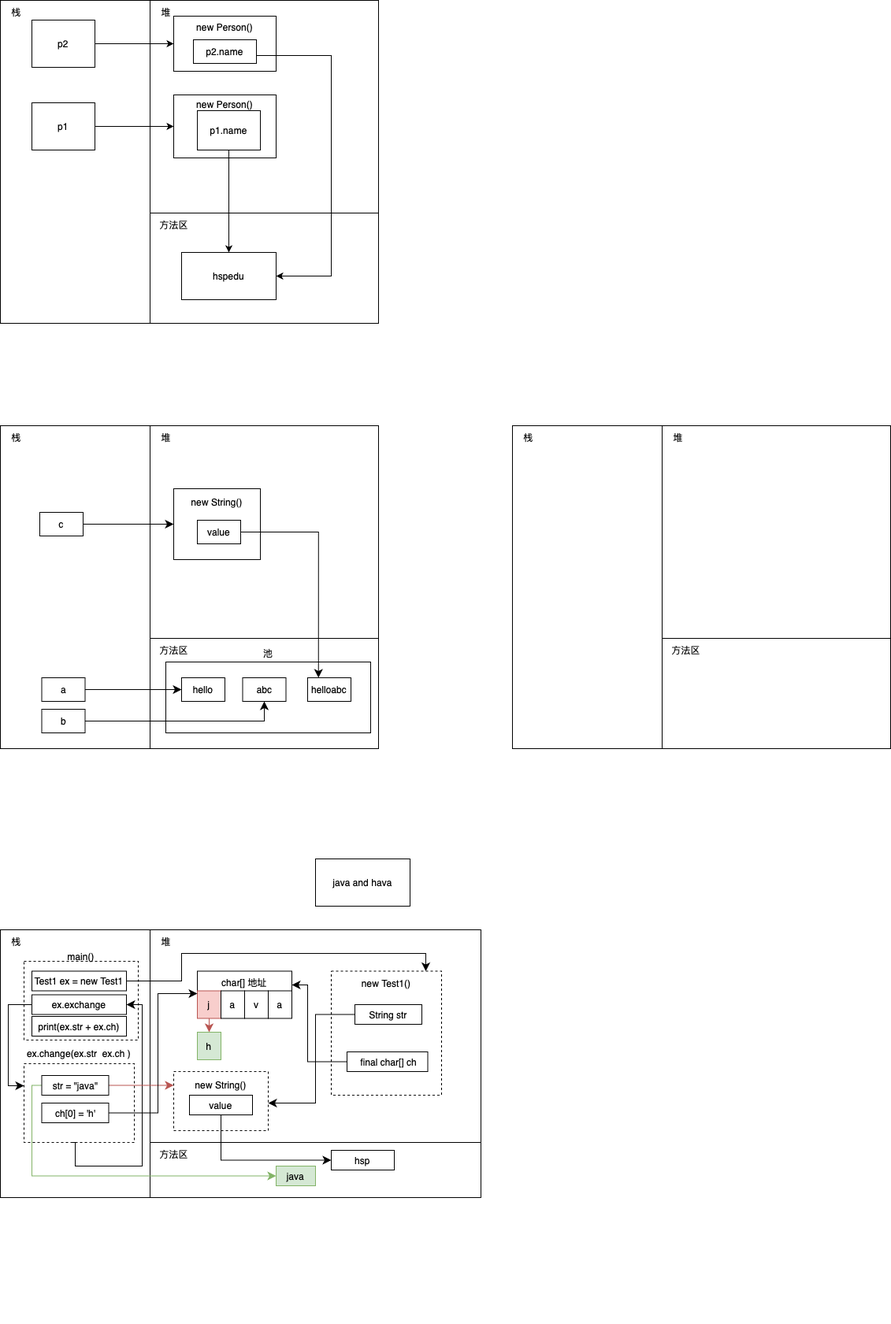
Before: drawio/White.png, a diagram exported from draw.io (Stolorzs/Picgo). Source tidied: cells renumbered, new cells last; positions are measured from the earlier drawing's top-left corner, leaving out a move shared by most shapes.
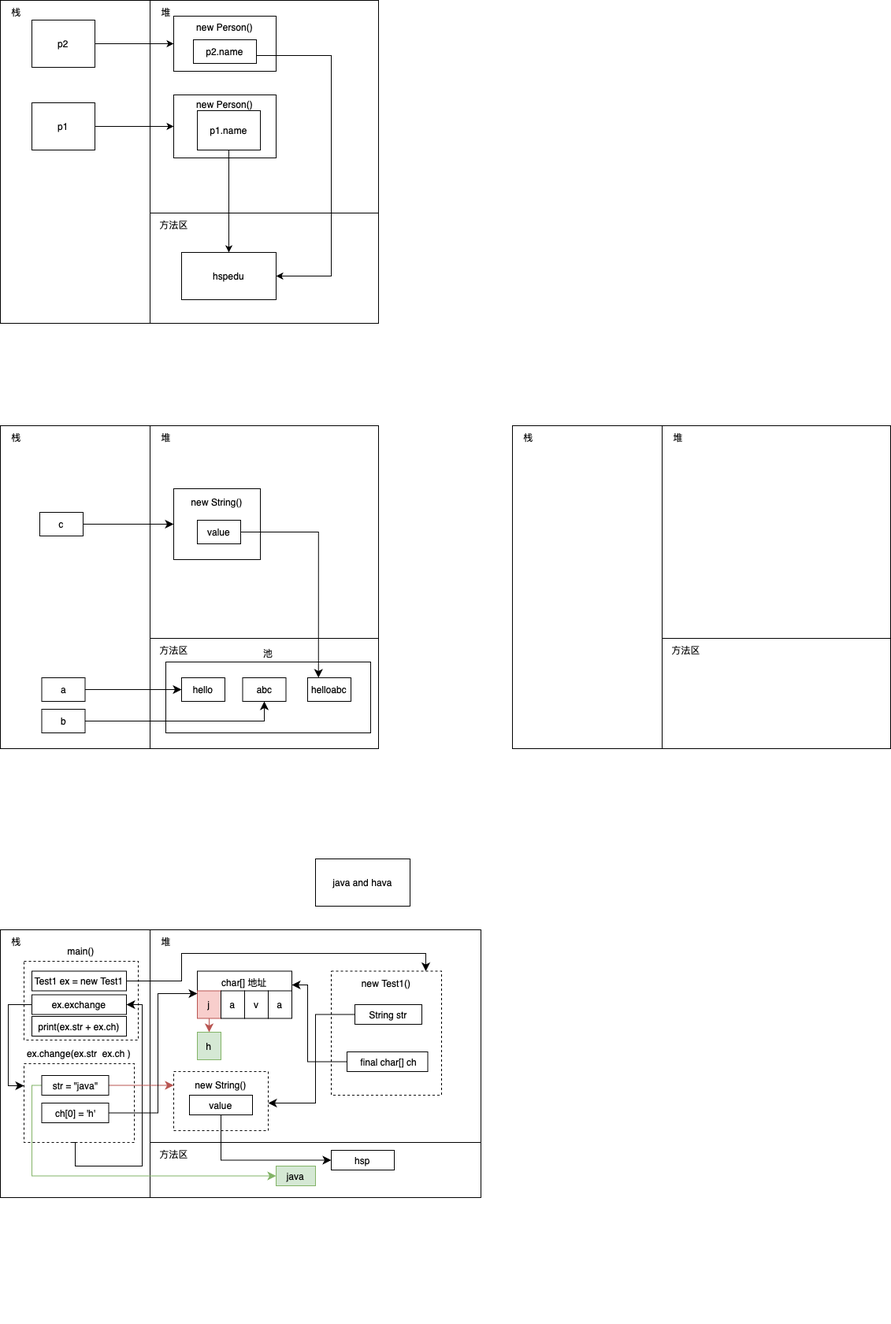
The same file after the commit.

The edit, as a diff of the source:
```diff
@@ -229,7 +229,7 @@
     <mxCell id="70" value="a" style="rounded=0;whiteSpace=wrap;html=1;" parent="1" vertex="1">
       <mxGeometry x="340" y="1257.5" width="30" height="35" as="geometry" />
     </mxCell>
-    <mxCell id="71" value="main()&lt;div&gt;&lt;br&gt;&lt;/div&gt;&lt;div&gt;&lt;br&gt;&lt;/div&gt;&lt;div&gt;&lt;br&gt;&lt;/div&gt;&lt;div&gt;&lt;br&gt;&lt;/div&gt;&lt;div&gt;&lt;br&gt;&lt;/div&gt;&lt;div&gt;&lt;br&gt;&lt;/div&gt;&lt;div&gt;&lt;br&gt;&lt;/div&gt;&lt;div&gt;&lt;br&gt;&lt;/div&gt;" style="rounded=0;whiteSpace=wrap;html=1;dashed=1;fillColor=none;" parent="1" vertex="1">
+    <mxCell id="71" value="main()&lt;div&gt;&lt;br&gt;&lt;/div&gt;&lt;div&gt;&lt;br&gt;&lt;/div&gt;&lt;div&gt;&lt;br&gt;&lt;/div&gt;&lt;div&gt;&lt;br&gt;&lt;/div&gt;&lt;div&gt;&lt;br&gt;&lt;/div&gt;&lt;div&gt;&lt;br&gt;&lt;/div&gt;&lt;div&gt;&lt;br&gt;&lt;/div&gt;&lt;div&gt;&lt;br&gt;&lt;/div&gt;&lt;div&gt;&lt;br&gt;&lt;/div&gt;" style="rounded=0;whiteSpace=wrap;html=1;dashed=1;fillColor=none;" parent="1" vertex="1">
       <mxGeometry x="30" y="1220" width="145" height="100" as="geometry" />
     </mxCell>
     <mxCell id="72" style="edgeStyle=orthogonalEdgeStyle;rounded=0;jettySize=auto;html=1;fontSize=12;startSize=8;endSize=8;" parent="1" edge="1" source="73" target="59">
```
